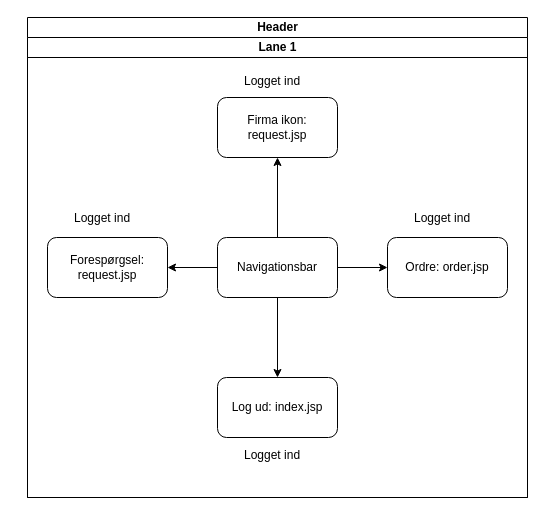
This is page "Header Bruger" (3 of 10) of Analyser/Navigationsdiagram/navigationsdiagrammer.drawio from asgerhs/FogProject, a draw.io file, before an edit. Source tidied: cells renumbered, new cells numbered last; positions are measured from the earlier drawing's top-left corner, leaving out a move shared by most shapes. Both pictures are drawn from the tidied source at 100%, with x=0, y=0 at pixel (27, 17).
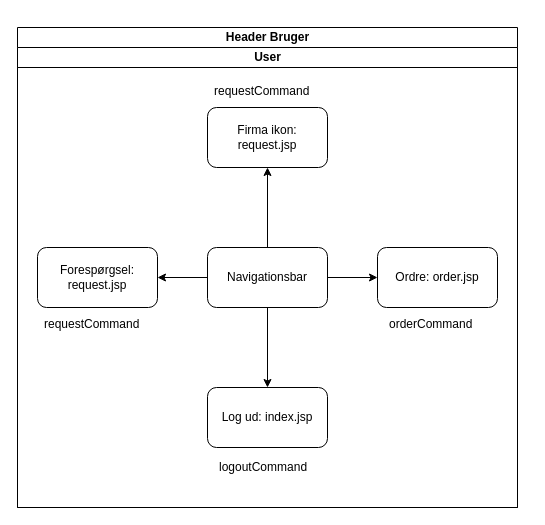
Above is the later version.

What changed in the source:
```diff
@@
 <mxGraphModel>
   <root>
     <mxCell id="0" />
     <mxCell id="1" parent="0" />
-    <mxCell id="2" value="Header&lt;br&gt;" style="swimlane;html=1;startSize=20;" parent="1" vertex="1">
-      <mxGeometry width="500" height="480" as="geometry" />
-    </mxCell>
-    <mxCell id="3" value="Lane 1" style="swimlane;html=1;startSize=20;" parent="2" vertex="1">
-      <mxGeometry y="20" width="500" height="460" as="geometry" />
-    </mxCell>
+    <mxCell id="17" value="Header Bruger&lt;br&gt;" style="swimlane;html=1;startSize=20;" parent="1" vertex="1">
+      <mxGeometry x="-10" y="10" width="500" height="480" as="geometry" />
+    </mxCell>
+    <mxCell id="18" value="User" style="swimlane;html=1;startSize=20;" parent="17" vertex="1">
+      <mxGeometry y="20" width="500" height="460" as="geometry" />
+    </mxCell>
-    <mxCell id="4" style="edgeStyle=orthogonalEdgeStyle;rounded=0;jettySize=auto;html=1;exitX=0.5;exitY=1;exitDx=0;exitDy=0;strokeColor=#000000;" parent="3" edge="1" source="8" target="13">
+    <mxCell id="4" style="edgeStyle=orthogonalEdgeStyle;rounded=0;jettySize=auto;html=1;exitX=0.5;exitY=1;exitDx=0;exitDy=0;strokeColor=#000000;" parent="18" edge="1" source="8" target="13">
       <mxGeometry relative="1" as="geometry" />
     </mxCell>
-    <mxCell id="5" style="edgeStyle=orthogonalEdgeStyle;rounded=0;jettySize=auto;html=1;exitX=1;exitY=0.5;exitDx=0;exitDy=0;entryX=0;entryY=0.5;entryDx=0;entryDy=0;strokeColor=#000000;" parent="3" edge="1" source="8" target="12">
+    <mxCell id="5" style="edgeStyle=orthogonalEdgeStyle;rounded=0;jettySize=auto;html=1;exitX=1;exitY=0.5;exitDx=0;exitDy=0;entryX=0;entryY=0.5;entryDx=0;entryDy=0;strokeColor=#000000;" parent="18" edge="1" source="8" target="12">
       <mxGeometry relative="1" as="geometry" />
     </mxCell>
-    <mxCell id="6" style="edgeStyle=orthogonalEdgeStyle;rounded=0;jettySize=auto;html=1;exitX=0.5;exitY=0;exitDx=0;exitDy=0;entryX=0.5;entryY=1;entryDx=0;entryDy=0;strokeColor=#000000;" parent="3" edge="1" source="8" target="9">
+    <mxCell id="6" style="edgeStyle=orthogonalEdgeStyle;rounded=0;jettySize=auto;html=1;exitX=0.5;exitY=0;exitDx=0;exitDy=0;entryX=0.5;entryY=1;entryDx=0;entryDy=0;strokeColor=#000000;" parent="18" edge="1" source="8" target="9">
       <mxGeometry relative="1" as="geometry" />
     </mxCell>
-    <mxCell id="7" style="edgeStyle=orthogonalEdgeStyle;rounded=0;jettySize=auto;html=1;exitX=0;exitY=0.5;exitDx=0;exitDy=0;strokeColor=#000000;" parent="3" edge="1" source="8" target="11">
+    <mxCell id="7" style="edgeStyle=orthogonalEdgeStyle;rounded=0;jettySize=auto;html=1;exitX=0;exitY=0.5;exitDx=0;exitDy=0;strokeColor=#000000;" parent="18" edge="1" source="8" target="11">
       <mxGeometry relative="1" as="geometry" />
     </mxCell>
-    <mxCell id="8" value="Navigationsbar" style="rounded=1;whiteSpace=wrap;html=1;" parent="3" vertex="1">
+    <mxCell id="8" value="Navigationsbar" style="rounded=1;whiteSpace=wrap;html=1;" parent="18" vertex="1">
       <mxGeometry x="190" y="200" width="120" height="60" as="geometry" />
     </mxCell>
-    <mxCell id="9" value="Firma ikon: request.jsp" style="rounded=1;whiteSpace=wrap;html=1;" parent="3" vertex="1">
+    <mxCell id="9" value="Firma ikon: request.jsp" style="rounded=1;whiteSpace=wrap;html=1;" parent="18" vertex="1">
       <mxGeometry x="190" y="60" width="120" height="60" as="geometry" />
     </mxCell>
-    <mxCell id="10" value="Logget ind&lt;br&gt;" style="text;html=1;align=left;verticalAlign=top;spacingTop=-4;" parent="3" vertex="1">
-      <mxGeometry x="215" y="34" width="70" height="20" as="geometry" />
-    </mxCell>
+    <mxCell id="19" value="requestCommand&lt;br&gt;" style="text;html=1;align=left;verticalAlign=top;spacingTop=-4;" parent="18" vertex="1">
+      <mxGeometry x="195" y="34" width="110" height="20" as="geometry" />
+    </mxCell>
-    <mxCell id="11" value="Forespørgsel: request.jsp" style="rounded=1;whiteSpace=wrap;html=1;" parent="3" vertex="1">
+    <mxCell id="11" value="Forespørgsel: request.jsp" style="rounded=1;whiteSpace=wrap;html=1;" parent="18" vertex="1">
       <mxGeometry x="20" y="200" width="120" height="60" as="geometry" />
     </mxCell>
-    <mxCell id="12" value="Ordre: order.jsp" style="rounded=1;whiteSpace=wrap;html=1;" parent="3" vertex="1">
+    <mxCell id="12" value="Ordre: order.jsp" style="rounded=1;whiteSpace=wrap;html=1;" parent="18" vertex="1">
       <mxGeometry x="360" y="200" width="120" height="60" as="geometry" />
     </mxCell>
-    <mxCell id="13" value="Log ud: index.jsp" style="rounded=1;whiteSpace=wrap;html=1;" parent="3" vertex="1">
+    <mxCell id="13" value="Log ud: index.jsp" style="rounded=1;whiteSpace=wrap;html=1;" parent="18" vertex="1">
       <mxGeometry x="190" y="340" width="120" height="60" as="geometry" />
     </mxCell>
-    <mxCell id="14" value="Logget ind" style="text;html=1;align=left;verticalAlign=top;spacingTop=-4;" parent="1" vertex="1">
-      <mxGeometry x="45" y="191" width="70" height="20" as="geometry" />
-    </mxCell>
-    <mxCell id="15" value="Logget ind" style="text;html=1;align=left;verticalAlign=top;spacingTop=-4;" parent="1" vertex="1">
-      <mxGeometry x="385" y="191" width="70" height="20" as="geometry" />
-    </mxCell>
-    <mxCell id="16" value="Logget ind" style="text;html=1;align=left;verticalAlign=top;spacingTop=-4;" parent="1" vertex="1">
-      <mxGeometry x="215" y="428" width="70" height="20" as="geometry" />
-    </mxCell>
+    <mxCell id="20" value="requestCommand" style="text;html=1;align=left;verticalAlign=top;spacingTop=-4;" parent="1" vertex="1">
+      <mxGeometry x="15" y="297" width="110" height="20" as="geometry" />
+    </mxCell>
+    <mxCell id="21" value="orderCommand" style="text;html=1;align=left;verticalAlign=top;spacingTop=-4;" parent="1" vertex="1">
+      <mxGeometry x="360" y="297" width="100" height="20" as="geometry" />
+    </mxCell>
+    <mxCell id="22" value="logoutCommand" style="text;html=1;align=left;verticalAlign=top;spacingTop=-4;" parent="1" vertex="1">
+      <mxGeometry x="190" y="440" width="100" height="20" as="geometry" />
+    </mxCell>
   </root>
 </mxGraphModel>
```
